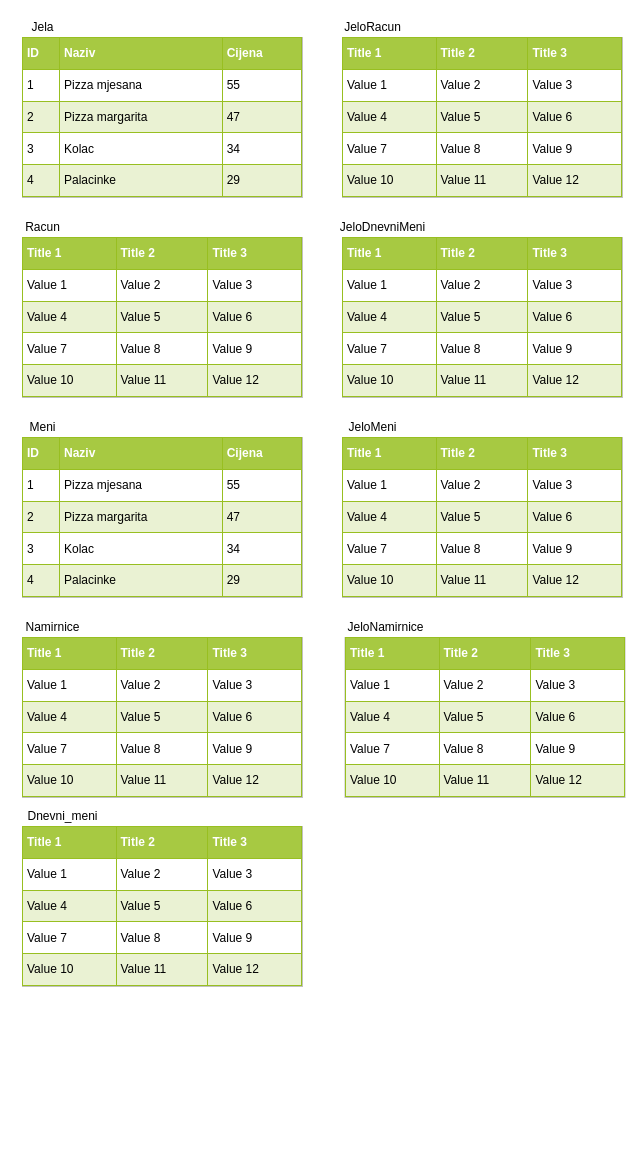
This is normalizacija.drawio from 42-6f-17e-6f-20-44-75-72-64-6f-76/bazePodataka, a draw.io file, before an edit. Source tidied: cells renumbered, new cells numbered last; positions are measured from the earlier drawing's top-left corner, leaving out a move shared by most shapes. Both pictures are drawn from the tidied source at 100%, with x=0, y=0 at pixel (17, 17).
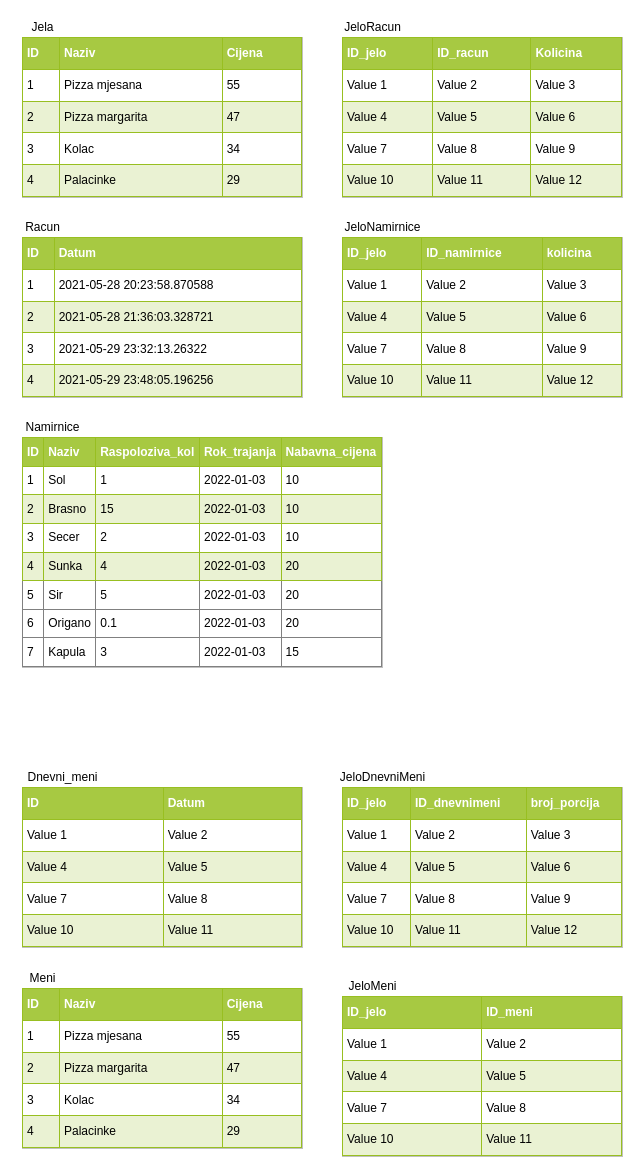
Above is the later version.

Diff of the diagram source:
```diff
@@
 <mxGraphModel>
   <root>
     <mxCell id="0" />
     <mxCell id="1" parent="0" />
     <mxCell id="2" value="&lt;table border=&quot;1&quot; width=&quot;100%&quot; cellpadding=&quot;4&quot; style=&quot;width: 100% ; height: 100% ; border-collapse: collapse&quot;&gt;&lt;tbody&gt;&lt;tr style=&quot;background-color: #a7c942 ; color: #ffffff ; border: 1px solid #98bf21&quot;&gt;&lt;th align=&quot;left&quot;&gt;ID&lt;/th&gt;&lt;th align=&quot;left&quot;&gt;Naziv&lt;/th&gt;&lt;th align=&quot;left&quot;&gt;Cijena&lt;/th&gt;&lt;/tr&gt;&lt;tr style=&quot;border: 1px solid #98bf21&quot;&gt;&lt;td&gt;1&lt;/td&gt;&lt;td&gt;Pizza mjesana&lt;/td&gt;&lt;td&gt;55&lt;/td&gt;&lt;/tr&gt;&lt;tr style=&quot;background-color: #eaf2d3 ; border: 1px solid #98bf21&quot;&gt;&lt;td&gt;2&lt;/td&gt;&lt;td&gt;Pizza margarita&lt;/td&gt;&lt;td&gt;47&lt;/td&gt;&lt;/tr&gt;&lt;tr style=&quot;border: 1px solid #98bf21&quot;&gt;&lt;td&gt;3&lt;/td&gt;&lt;td&gt;Kolac&lt;/td&gt;&lt;td&gt;34&lt;/td&gt;&lt;/tr&gt;&lt;tr style=&quot;background-color: #eaf2d3 ; border: 1px solid #98bf21&quot;&gt;&lt;td&gt;4&lt;/td&gt;&lt;td&gt;Palacinke&lt;/td&gt;&lt;td&gt;29&lt;/td&gt;&lt;/tr&gt;&lt;/tbody&gt;&lt;/table&gt;" style="text;html=1;strokeColor=#c0c0c0;fillColor=#ffffff;overflow=fill;rounded=0;" parent="1" vertex="1">
       <mxGeometry x="5" y="20" width="280" height="160" as="geometry" />
     </mxCell>
-    <mxCell id="3" value="&lt;table border=&quot;1&quot; width=&quot;100%&quot; height=&quot;100%&quot; cellpadding=&quot;4&quot; style=&quot;width:100%;height:100%;border-collapse:collapse;&quot;&gt;&lt;tr style=&quot;background-color:#A7C942;color:#ffffff;border:1px solid #98bf21;&quot;&gt;&lt;th align=&quot;left&quot;&gt;Title 1&lt;/th&gt;&lt;th align=&quot;left&quot;&gt;Title 2&lt;/th&gt;&lt;th align=&quot;left&quot;&gt;Title 3&lt;/th&gt;&lt;/tr&gt;&lt;tr style=&quot;border:1px solid #98bf21;&quot;&gt;&lt;td&gt;Value 1&lt;/td&gt;&lt;td&gt;Value 2&lt;/td&gt;&lt;td&gt;Value 3&lt;/td&gt;&lt;/tr&gt;&lt;tr style=&quot;background-color:#EAF2D3;border:1px solid #98bf21;&quot;&gt;&lt;td&gt;Value 4&lt;/td&gt;&lt;td&gt;Value 5&lt;/td&gt;&lt;td&gt;Value 6&lt;/td&gt;&lt;/tr&gt;&lt;tr style=&quot;border:1px solid #98bf21;&quot;&gt;&lt;td&gt;Value 7&lt;/td&gt;&lt;td&gt;Value 8&lt;/td&gt;&lt;td&gt;Value 9&lt;/td&gt;&lt;/tr&gt;&lt;tr style=&quot;background-color:#EAF2D3;border:1px solid #98bf21;&quot;&gt;&lt;td&gt;Value 10&lt;/td&gt;&lt;td&gt;Value 11&lt;/td&gt;&lt;td&gt;Value 12&lt;/td&gt;&lt;/tr&gt;&lt;/table&gt;" style="text;html=1;strokeColor=#c0c0c0;fillColor=#ffffff;overflow=fill;rounded=0;" parent="1" vertex="1">
+    <mxCell id="3" value="&lt;table border=&quot;1&quot; width=&quot;100%&quot; cellpadding=&quot;4&quot; style=&quot;width: 100% ; height: 100% ; border-collapse: collapse&quot;&gt;&lt;tbody&gt;&lt;tr style=&quot;background-color: #a7c942 ; color: #ffffff ; border: 1px solid #98bf21&quot;&gt;&lt;th align=&quot;left&quot;&gt;ID&lt;/th&gt;&lt;th align=&quot;left&quot;&gt;Datum&lt;/th&gt;&lt;/tr&gt;&lt;tr style=&quot;border: 1px solid #98bf21&quot;&gt;&lt;td&gt;1&lt;/td&gt;&lt;td&gt;2021-05-28 20:23:58.870588&lt;/td&gt;&lt;/tr&gt;&lt;tr style=&quot;background-color: #eaf2d3 ; border: 1px solid #98bf21&quot;&gt;&lt;td&gt;2&lt;/td&gt;&lt;td&gt;2021-05-28 21:36:03.328721&lt;/td&gt;&lt;/tr&gt;&lt;tr style=&quot;border: 1px solid #98bf21&quot;&gt;&lt;td&gt;3&lt;/td&gt;&lt;td&gt;2021-05-29 23:32:13.26322&lt;/td&gt;&lt;/tr&gt;&lt;tr style=&quot;background-color: #eaf2d3 ; border: 1px solid #98bf21&quot;&gt;&lt;td&gt;4&lt;/td&gt;&lt;td&gt;2021-05-29 23:48:05.196256&lt;/td&gt;&lt;/tr&gt;&lt;/tbody&gt;&lt;/table&gt;" style="text;html=1;strokeColor=#c0c0c0;fillColor=#ffffff;overflow=fill;rounded=0;" parent="1" vertex="1">
       <mxGeometry x="5" y="220" width="280" height="160" as="geometry" />
     </mxCell>
     <mxCell id="4" value="Jela" style="text;html=1;align=center;verticalAlign=middle;strokeColor=none;" parent="1" vertex="1">
       <mxGeometry x="5" width="40" height="20" as="geometry" />
     </mxCell>
     <mxCell id="5" value="Racun" style="text;html=1;align=center;verticalAlign=middle;strokeColor=none;" parent="1" vertex="1">
       <mxGeometry y="200" width="50" height="20" as="geometry" />
     </mxCell>
-    <mxCell id="6" value="&lt;table border=&quot;1&quot; width=&quot;100%&quot; height=&quot;100%&quot; cellpadding=&quot;4&quot; style=&quot;width:100%;height:100%;border-collapse:collapse;&quot;&gt;&lt;tr style=&quot;background-color:#A7C942;color:#ffffff;border:1px solid #98bf21;&quot;&gt;&lt;th align=&quot;left&quot;&gt;Title 1&lt;/th&gt;&lt;th align=&quot;left&quot;&gt;Title 2&lt;/th&gt;&lt;th align=&quot;left&quot;&gt;Title 3&lt;/th&gt;&lt;/tr&gt;&lt;tr style=&quot;border:1px solid #98bf21;&quot;&gt;&lt;td&gt;Value 1&lt;/td&gt;&lt;td&gt;Value 2&lt;/td&gt;&lt;td&gt;Value 3&lt;/td&gt;&lt;/tr&gt;&lt;tr style=&quot;background-color:#EAF2D3;border:1px solid #98bf21;&quot;&gt;&lt;td&gt;Value 4&lt;/td&gt;&lt;td&gt;Value 5&lt;/td&gt;&lt;td&gt;Value 6&lt;/td&gt;&lt;/tr&gt;&lt;tr style=&quot;border:1px solid #98bf21;&quot;&gt;&lt;td&gt;Value 7&lt;/td&gt;&lt;td&gt;Value 8&lt;/td&gt;&lt;td&gt;Value 9&lt;/td&gt;&lt;/tr&gt;&lt;tr style=&quot;background-color:#EAF2D3;border:1px solid #98bf21;&quot;&gt;&lt;td&gt;Value 10&lt;/td&gt;&lt;td&gt;Value 11&lt;/td&gt;&lt;td&gt;Value 12&lt;/td&gt;&lt;/tr&gt;&lt;/table&gt;" style="text;html=1;strokeColor=#c0c0c0;fillColor=#ffffff;overflow=fill;rounded=0;" parent="1" vertex="1">
-      <mxGeometry x="5" y="620" width="280" height="160" as="geometry" />
+    <mxCell id="6" value="&lt;table border=&quot;1&quot; width=&quot;100%&quot; cellpadding=&quot;4&quot; style=&quot;width: 100% ; height: 100% ; border-collapse: collapse&quot;&gt;&lt;tbody&gt;&lt;tr style=&quot;background-color: #a7c942 ; color: #ffffff ; border: 1px solid #98bf21&quot;&gt;&lt;th align=&quot;left&quot;&gt;ID&lt;/th&gt;&lt;th align=&quot;left&quot;&gt;Naziv&lt;/th&gt;&lt;th align=&quot;left&quot;&gt;Raspoloziva_kol&lt;/th&gt;&lt;td&gt;&lt;b&gt;Rok_trajanja&lt;/b&gt;&lt;/td&gt;&lt;td&gt;&lt;b&gt;Nabavna_cijena&lt;/b&gt;&lt;/td&gt;&lt;/tr&gt;&lt;tr style=&quot;border: 1px solid #98bf21&quot;&gt;&lt;td&gt;1&lt;/td&gt;&lt;td&gt;Sol&lt;/td&gt;&lt;td&gt;1&lt;/td&gt;&lt;td&gt;2022-01-03&lt;br&gt;&lt;/td&gt;&lt;td&gt;10&lt;/td&gt;&lt;/tr&gt;&lt;tr style=&quot;background-color: #eaf2d3 ; border: 1px solid #98bf21&quot;&gt;&lt;td&gt;2&lt;/td&gt;&lt;td&gt;Brasno&lt;/td&gt;&lt;td&gt;15&lt;/td&gt;&lt;td&gt;2022-01-03&lt;br&gt;&lt;/td&gt;&lt;td&gt;10&lt;/td&gt;&lt;/tr&gt;&lt;tr style=&quot;border: 1px solid #98bf21&quot;&gt;&lt;td&gt;3&lt;/td&gt;&lt;td&gt;Secer&lt;/td&gt;&lt;td&gt;2&lt;/td&gt;&lt;td&gt;2022-01-03&lt;br&gt;&lt;/td&gt;&lt;td&gt;10&lt;/td&gt;&lt;/tr&gt;&lt;tr style=&quot;background-color: #eaf2d3 ; border: 1px solid #98bf21&quot;&gt;&lt;td&gt;4&lt;/td&gt;&lt;td&gt;Sunka&lt;/td&gt;&lt;td&gt;4&lt;/td&gt;&lt;td&gt;2022-01-03&lt;br&gt;&lt;/td&gt;&lt;td&gt;20&lt;/td&gt;&lt;/tr&gt;&lt;tr&gt;&lt;td&gt;5&lt;/td&gt;&lt;td&gt;Sir&lt;/td&gt;&lt;td&gt;5&lt;/td&gt;&lt;td&gt;2022-01-03&lt;br&gt;&lt;/td&gt;&lt;td&gt;20&lt;/td&gt;&lt;/tr&gt;&lt;tr&gt;&lt;td&gt;6&lt;/td&gt;&lt;td&gt;Origano&lt;br&gt;&lt;/td&gt;&lt;td&gt;0.1&lt;/td&gt;&lt;td&gt;2022-01-03&lt;br&gt;&lt;/td&gt;&lt;td&gt;20&lt;/td&gt;&lt;/tr&gt;&lt;tr&gt;&lt;td&gt;7&lt;/td&gt;&lt;td&gt;Kapula&lt;br&gt;&lt;/td&gt;&lt;td&gt;3&lt;/td&gt;&lt;td&gt;2022-01-03&lt;br&gt;&lt;/td&gt;&lt;td&gt;15&lt;/td&gt;&lt;/tr&gt;&lt;/tbody&gt;&lt;/table&gt;" style="text;html=1;strokeColor=#c0c0c0;fillColor=#ffffff;overflow=fill;rounded=0;" parent="1" vertex="1">
+      <mxGeometry x="5" y="420" width="360" height="230" as="geometry" />
     </mxCell>
     <mxCell id="7" value="Namirnice" style="text;html=1;align=center;verticalAlign=middle;strokeColor=none;" parent="1" vertex="1">
-      <mxGeometry y="600" width="70" height="20" as="geometry" />
+      <mxGeometry y="400" width="70" height="20" as="geometry" />
     </mxCell>
-    <mxCell id="8" value="&lt;table border=&quot;1&quot; width=&quot;100%&quot; height=&quot;100%&quot; cellpadding=&quot;4&quot; style=&quot;width:100%;height:100%;border-collapse:collapse;&quot;&gt;&lt;tr style=&quot;background-color:#A7C942;color:#ffffff;border:1px solid #98bf21;&quot;&gt;&lt;th align=&quot;left&quot;&gt;Title 1&lt;/th&gt;&lt;th align=&quot;left&quot;&gt;Title 2&lt;/th&gt;&lt;th align=&quot;left&quot;&gt;Title 3&lt;/th&gt;&lt;/tr&gt;&lt;tr style=&quot;border:1px solid #98bf21;&quot;&gt;&lt;td&gt;Value 1&lt;/td&gt;&lt;td&gt;Value 2&lt;/td&gt;&lt;td&gt;Value 3&lt;/td&gt;&lt;/tr&gt;&lt;tr style=&quot;background-color:#EAF2D3;border:1px solid #98bf21;&quot;&gt;&lt;td&gt;Value 4&lt;/td&gt;&lt;td&gt;Value 5&lt;/td&gt;&lt;td&gt;Value 6&lt;/td&gt;&lt;/tr&gt;&lt;tr style=&quot;border:1px solid #98bf21;&quot;&gt;&lt;td&gt;Value 7&lt;/td&gt;&lt;td&gt;Value 8&lt;/td&gt;&lt;td&gt;Value 9&lt;/td&gt;&lt;/tr&gt;&lt;tr style=&quot;background-color:#EAF2D3;border:1px solid #98bf21;&quot;&gt;&lt;td&gt;Value 10&lt;/td&gt;&lt;td&gt;Value 11&lt;/td&gt;&lt;td&gt;Value 12&lt;/td&gt;&lt;/tr&gt;&lt;/table&gt;" style="text;html=1;strokeColor=#c0c0c0;fillColor=#ffffff;overflow=fill;rounded=0;" parent="1" vertex="1">
-      <mxGeometry x="5" y="809" width="280" height="160" as="geometry" />
+    <mxCell id="8" value="&lt;table border=&quot;1&quot; width=&quot;100%&quot; cellpadding=&quot;4&quot; style=&quot;width: 100% ; height: 100% ; border-collapse: collapse&quot;&gt;&lt;tbody&gt;&lt;tr style=&quot;background-color: #a7c942 ; color: #ffffff ; border: 1px solid #98bf21&quot;&gt;&lt;th align=&quot;left&quot;&gt;ID&lt;/th&gt;&lt;th align=&quot;left&quot;&gt;Datum&lt;/th&gt;&lt;/tr&gt;&lt;tr style=&quot;border: 1px solid #98bf21&quot;&gt;&lt;td&gt;Value 1&lt;/td&gt;&lt;td&gt;Value 2&lt;/td&gt;&lt;/tr&gt;&lt;tr style=&quot;background-color: #eaf2d3 ; border: 1px solid #98bf21&quot;&gt;&lt;td&gt;Value 4&lt;/td&gt;&lt;td&gt;Value 5&lt;/td&gt;&lt;/tr&gt;&lt;tr style=&quot;border: 1px solid #98bf21&quot;&gt;&lt;td&gt;Value 7&lt;/td&gt;&lt;td&gt;Value 8&lt;/td&gt;&lt;/tr&gt;&lt;tr style=&quot;background-color: #eaf2d3 ; border: 1px solid #98bf21&quot;&gt;&lt;td&gt;Value 10&lt;/td&gt;&lt;td&gt;Value 11&lt;/td&gt;&lt;/tr&gt;&lt;/tbody&gt;&lt;/table&gt;" style="text;html=1;strokeColor=#c0c0c0;fillColor=#ffffff;overflow=fill;rounded=0;" parent="1" vertex="1">
+      <mxGeometry x="5" y="770" width="280" height="160" as="geometry" />
     </mxCell>
     <mxCell id="9" value="Dnevni_meni" style="text;html=1;align=center;verticalAlign=middle;strokeColor=none;" parent="1" vertex="1">
-      <mxGeometry y="789" width="90" height="20" as="geometry" />
+      <mxGeometry y="750" width="90" height="20" as="geometry" />
     </mxCell>
     <mxCell id="10" value="&lt;table border=&quot;1&quot; width=&quot;100%&quot; cellpadding=&quot;4&quot; style=&quot;width: 100% ; height: 100% ; border-collapse: collapse&quot;&gt;&lt;tbody&gt;&lt;tr style=&quot;background-color: #a7c942 ; color: #ffffff ; border: 1px solid #98bf21&quot;&gt;&lt;th align=&quot;left&quot;&gt;ID&lt;/th&gt;&lt;th align=&quot;left&quot;&gt;Naziv&lt;/th&gt;&lt;th align=&quot;left&quot;&gt;Cijena&lt;/th&gt;&lt;/tr&gt;&lt;tr style=&quot;border: 1px solid #98bf21&quot;&gt;&lt;td&gt;1&lt;/td&gt;&lt;td&gt;Pizza mjesana&lt;/td&gt;&lt;td&gt;55&lt;/td&gt;&lt;/tr&gt;&lt;tr style=&quot;background-color: #eaf2d3 ; border: 1px solid #98bf21&quot;&gt;&lt;td&gt;2&lt;/td&gt;&lt;td&gt;Pizza margarita&lt;/td&gt;&lt;td&gt;47&lt;/td&gt;&lt;/tr&gt;&lt;tr style=&quot;border: 1px solid #98bf21&quot;&gt;&lt;td&gt;3&lt;/td&gt;&lt;td&gt;Kolac&lt;/td&gt;&lt;td&gt;34&lt;/td&gt;&lt;/tr&gt;&lt;tr style=&quot;background-color: #eaf2d3 ; border: 1px solid #98bf21&quot;&gt;&lt;td&gt;4&lt;/td&gt;&lt;td&gt;Palacinke&lt;/td&gt;&lt;td&gt;29&lt;/td&gt;&lt;/tr&gt;&lt;/tbody&gt;&lt;/table&gt;" style="text;html=1;strokeColor=#c0c0c0;fillColor=#ffffff;overflow=fill;rounded=0;" parent="1" vertex="1">
-      <mxGeometry x="5" y="420" width="280" height="160" as="geometry" />
+      <mxGeometry x="5" y="971" width="280" height="160" as="geometry" />
     </mxCell>
-    <mxCell id="11" value="&lt;table border=&quot;1&quot; width=&quot;100%&quot; height=&quot;100%&quot; cellpadding=&quot;4&quot; style=&quot;width:100%;height:100%;border-collapse:collapse;&quot;&gt;&lt;tr style=&quot;background-color:#A7C942;color:#ffffff;border:1px solid #98bf21;&quot;&gt;&lt;th align=&quot;left&quot;&gt;Title 1&lt;/th&gt;&lt;th align=&quot;left&quot;&gt;Title 2&lt;/th&gt;&lt;th align=&quot;left&quot;&gt;Title 3&lt;/th&gt;&lt;/tr&gt;&lt;tr style=&quot;border:1px solid #98bf21;&quot;&gt;&lt;td&gt;Value 1&lt;/td&gt;&lt;td&gt;Value 2&lt;/td&gt;&lt;td&gt;Value 3&lt;/td&gt;&lt;/tr&gt;&lt;tr style=&quot;background-color:#EAF2D3;border:1px solid #98bf21;&quot;&gt;&lt;td&gt;Value 4&lt;/td&gt;&lt;td&gt;Value 5&lt;/td&gt;&lt;td&gt;Value 6&lt;/td&gt;&lt;/tr&gt;&lt;tr style=&quot;border:1px solid #98bf21;&quot;&gt;&lt;td&gt;Value 7&lt;/td&gt;&lt;td&gt;Value 8&lt;/td&gt;&lt;td&gt;Value 9&lt;/td&gt;&lt;/tr&gt;&lt;tr style=&quot;background-color:#EAF2D3;border:1px solid #98bf21;&quot;&gt;&lt;td&gt;Value 10&lt;/td&gt;&lt;td&gt;Value 11&lt;/td&gt;&lt;td&gt;Value 12&lt;/td&gt;&lt;/tr&gt;&lt;/table&gt;" style="text;html=1;strokeColor=#c0c0c0;fillColor=#ffffff;overflow=fill;rounded=0;" parent="1" vertex="1">
-      <mxGeometry x="327.5" y="620" width="280" height="160" as="geometry" />
+    <mxCell id="11" value="&lt;table border=&quot;1&quot; width=&quot;100%&quot; cellpadding=&quot;4&quot; style=&quot;width: 100% ; height: 100% ; border-collapse: collapse&quot;&gt;&lt;tbody&gt;&lt;tr style=&quot;background-color: #a7c942 ; color: #ffffff ; border: 1px solid #98bf21&quot;&gt;&lt;th align=&quot;left&quot;&gt;ID_jelo&lt;/th&gt;&lt;th align=&quot;left&quot;&gt;ID_namirnice&lt;/th&gt;&lt;th align=&quot;left&quot;&gt;kolicina&lt;/th&gt;&lt;/tr&gt;&lt;tr style=&quot;border: 1px solid #98bf21&quot;&gt;&lt;td&gt;Value 1&lt;/td&gt;&lt;td&gt;Value 2&lt;/td&gt;&lt;td&gt;Value 3&lt;/td&gt;&lt;/tr&gt;&lt;tr style=&quot;background-color: #eaf2d3 ; border: 1px solid #98bf21&quot;&gt;&lt;td&gt;Value 4&lt;/td&gt;&lt;td&gt;Value 5&lt;/td&gt;&lt;td&gt;Value 6&lt;/td&gt;&lt;/tr&gt;&lt;tr style=&quot;border: 1px solid #98bf21&quot;&gt;&lt;td&gt;Value 7&lt;/td&gt;&lt;td&gt;Value 8&lt;/td&gt;&lt;td&gt;Value 9&lt;/td&gt;&lt;/tr&gt;&lt;tr style=&quot;background-color: #eaf2d3 ; border: 1px solid #98bf21&quot;&gt;&lt;td&gt;Value 10&lt;/td&gt;&lt;td&gt;Value 11&lt;/td&gt;&lt;td&gt;Value 12&lt;/td&gt;&lt;/tr&gt;&lt;/tbody&gt;&lt;/table&gt;" style="text;html=1;strokeColor=#c0c0c0;fillColor=#ffffff;overflow=fill;rounded=0;" parent="1" vertex="1">
+      <mxGeometry x="325" y="220" width="280" height="160" as="geometry" />
     </mxCell>
     <mxCell id="12" value="Meni" style="text;html=1;align=center;verticalAlign=middle;strokeColor=none;" parent="1" vertex="1">
-      <mxGeometry x="5" y="400" width="40" height="20" as="geometry" />
+      <mxGeometry x="5" y="951" width="40" height="20" as="geometry" />
     </mxCell>
     <mxCell id="13" value="JeloNamirnice" style="text;html=1;align=center;verticalAlign=middle;strokeColor=none;" parent="1" vertex="1">
-      <mxGeometry x="322.5" y="600" width="90" height="20" as="geometry" />
+      <mxGeometry x="320" y="200" width="90" height="20" as="geometry" />
     </mxCell>
-    <mxCell id="14" value="&lt;table border=&quot;1&quot; width=&quot;100%&quot; height=&quot;100%&quot; cellpadding=&quot;4&quot; style=&quot;width:100%;height:100%;border-collapse:collapse;&quot;&gt;&lt;tr style=&quot;background-color:#A7C942;color:#ffffff;border:1px solid #98bf21;&quot;&gt;&lt;th align=&quot;left&quot;&gt;Title 1&lt;/th&gt;&lt;th align=&quot;left&quot;&gt;Title 2&lt;/th&gt;&lt;th align=&quot;left&quot;&gt;Title 3&lt;/th&gt;&lt;/tr&gt;&lt;tr style=&quot;border:1px solid #98bf21;&quot;&gt;&lt;td&gt;Value 1&lt;/td&gt;&lt;td&gt;Value 2&lt;/td&gt;&lt;td&gt;Value 3&lt;/td&gt;&lt;/tr&gt;&lt;tr style=&quot;background-color:#EAF2D3;border:1px solid #98bf21;&quot;&gt;&lt;td&gt;Value 4&lt;/td&gt;&lt;td&gt;Value 5&lt;/td&gt;&lt;td&gt;Value 6&lt;/td&gt;&lt;/tr&gt;&lt;tr style=&quot;border:1px solid #98bf21;&quot;&gt;&lt;td&gt;Value 7&lt;/td&gt;&lt;td&gt;Value 8&lt;/td&gt;&lt;td&gt;Value 9&lt;/td&gt;&lt;/tr&gt;&lt;tr style=&quot;background-color:#EAF2D3;border:1px solid #98bf21;&quot;&gt;&lt;td&gt;Value 10&lt;/td&gt;&lt;td&gt;Value 11&lt;/td&gt;&lt;td&gt;Value 12&lt;/td&gt;&lt;/tr&gt;&lt;/table&gt;" style="text;html=1;strokeColor=#c0c0c0;fillColor=#ffffff;overflow=fill;rounded=0;" parent="1" vertex="1">
+    <mxCell id="14" value="&lt;table border=&quot;1&quot; width=&quot;100%&quot; cellpadding=&quot;4&quot; style=&quot;width: 100% ; height: 100% ; border-collapse: collapse&quot;&gt;&lt;tbody&gt;&lt;tr style=&quot;background-color: #a7c942 ; color: #ffffff ; border: 1px solid #98bf21&quot;&gt;&lt;th align=&quot;left&quot;&gt;ID_jelo&lt;/th&gt;&lt;th align=&quot;left&quot;&gt;ID_racun&lt;/th&gt;&lt;th align=&quot;left&quot;&gt;Kolicina&lt;/th&gt;&lt;/tr&gt;&lt;tr style=&quot;border: 1px solid #98bf21&quot;&gt;&lt;td&gt;Value 1&lt;/td&gt;&lt;td&gt;Value 2&lt;/td&gt;&lt;td&gt;Value 3&lt;/td&gt;&lt;/tr&gt;&lt;tr style=&quot;background-color: #eaf2d3 ; border: 1px solid #98bf21&quot;&gt;&lt;td&gt;Value 4&lt;/td&gt;&lt;td&gt;Value 5&lt;/td&gt;&lt;td&gt;Value 6&lt;/td&gt;&lt;/tr&gt;&lt;tr style=&quot;border: 1px solid #98bf21&quot;&gt;&lt;td&gt;Value 7&lt;/td&gt;&lt;td&gt;Value 8&lt;/td&gt;&lt;td&gt;Value 9&lt;/td&gt;&lt;/tr&gt;&lt;tr style=&quot;background-color: #eaf2d3 ; border: 1px solid #98bf21&quot;&gt;&lt;td&gt;Value 10&lt;/td&gt;&lt;td&gt;Value 11&lt;/td&gt;&lt;td&gt;Value 12&lt;/td&gt;&lt;/tr&gt;&lt;/tbody&gt;&lt;/table&gt;" style="text;html=1;strokeColor=#c0c0c0;fillColor=#ffffff;overflow=fill;rounded=0;" parent="1" vertex="1">
       <mxGeometry x="325" y="20" width="280" height="160" as="geometry" />
     </mxCell>
     <mxCell id="15" value="JeloRacun" style="text;html=1;align=center;verticalAlign=middle;strokeColor=none;" parent="1" vertex="1">
       <mxGeometry x="320" width="70" height="20" as="geometry" />
     </mxCell>
-    <mxCell id="16" value="&lt;table border=&quot;1&quot; width=&quot;100%&quot; height=&quot;100%&quot; cellpadding=&quot;4&quot; style=&quot;width:100%;height:100%;border-collapse:collapse;&quot;&gt;&lt;tr style=&quot;background-color:#A7C942;color:#ffffff;border:1px solid #98bf21;&quot;&gt;&lt;th align=&quot;left&quot;&gt;Title 1&lt;/th&gt;&lt;th align=&quot;left&quot;&gt;Title 2&lt;/th&gt;&lt;th align=&quot;left&quot;&gt;Title 3&lt;/th&gt;&lt;/tr&gt;&lt;tr style=&quot;border:1px solid #98bf21;&quot;&gt;&lt;td&gt;Value 1&lt;/td&gt;&lt;td&gt;Value 2&lt;/td&gt;&lt;td&gt;Value 3&lt;/td&gt;&lt;/tr&gt;&lt;tr style=&quot;background-color:#EAF2D3;border:1px solid #98bf21;&quot;&gt;&lt;td&gt;Value 4&lt;/td&gt;&lt;td&gt;Value 5&lt;/td&gt;&lt;td&gt;Value 6&lt;/td&gt;&lt;/tr&gt;&lt;tr style=&quot;border:1px solid #98bf21;&quot;&gt;&lt;td&gt;Value 7&lt;/td&gt;&lt;td&gt;Value 8&lt;/td&gt;&lt;td&gt;Value 9&lt;/td&gt;&lt;/tr&gt;&lt;tr style=&quot;background-color:#EAF2D3;border:1px solid #98bf21;&quot;&gt;&lt;td&gt;Value 10&lt;/td&gt;&lt;td&gt;Value 11&lt;/td&gt;&lt;td&gt;Value 12&lt;/td&gt;&lt;/tr&gt;&lt;/table&gt;" style="text;html=1;strokeColor=#c0c0c0;fillColor=#ffffff;overflow=fill;rounded=0;" parent="1" vertex="1">
-      <mxGeometry x="325" y="220" width="280" height="160" as="geometry" />
+    <mxCell id="16" value="&lt;table border=&quot;1&quot; width=&quot;100%&quot; cellpadding=&quot;4&quot; style=&quot;width: 100% ; height: 100% ; border-collapse: collapse&quot;&gt;&lt;tbody&gt;&lt;tr style=&quot;background-color: #a7c942 ; color: #ffffff ; border: 1px solid #98bf21&quot;&gt;&lt;th align=&quot;left&quot;&gt;ID_jelo&lt;/th&gt;&lt;th align=&quot;left&quot;&gt;ID_dnevnimeni&lt;/th&gt;&lt;th align=&quot;left&quot;&gt;broj_porcija&lt;/th&gt;&lt;/tr&gt;&lt;tr style=&quot;border: 1px solid #98bf21&quot;&gt;&lt;td&gt;Value 1&lt;/td&gt;&lt;td&gt;Value 2&lt;/td&gt;&lt;td&gt;Value 3&lt;/td&gt;&lt;/tr&gt;&lt;tr style=&quot;background-color: #eaf2d3 ; border: 1px solid #98bf21&quot;&gt;&lt;td&gt;Value 4&lt;/td&gt;&lt;td&gt;Value 5&lt;/td&gt;&lt;td&gt;Value 6&lt;/td&gt;&lt;/tr&gt;&lt;tr style=&quot;border: 1px solid #98bf21&quot;&gt;&lt;td&gt;Value 7&lt;/td&gt;&lt;td&gt;Value 8&lt;/td&gt;&lt;td&gt;Value 9&lt;/td&gt;&lt;/tr&gt;&lt;tr style=&quot;background-color: #eaf2d3 ; border: 1px solid #98bf21&quot;&gt;&lt;td&gt;Value 10&lt;/td&gt;&lt;td&gt;Value 11&lt;/td&gt;&lt;td&gt;Value 12&lt;/td&gt;&lt;/tr&gt;&lt;/tbody&gt;&lt;/table&gt;" style="text;html=1;strokeColor=#c0c0c0;fillColor=#ffffff;overflow=fill;rounded=0;" parent="1" vertex="1">
+      <mxGeometry x="325" y="770" width="280" height="160" as="geometry" />
     </mxCell>
     <mxCell id="17" value="JeloDnevniMeni" style="text;html=1;align=center;verticalAlign=middle;strokeColor=none;" parent="1" vertex="1">
-      <mxGeometry x="315" y="200" width="100" height="20" as="geometry" />
+      <mxGeometry x="315" y="750" width="100" height="20" as="geometry" />
     </mxCell>
-    <mxCell id="18" value="&lt;table border=&quot;1&quot; width=&quot;100%&quot; height=&quot;100%&quot; cellpadding=&quot;4&quot; style=&quot;width:100%;height:100%;border-collapse:collapse;&quot;&gt;&lt;tr style=&quot;background-color:#A7C942;color:#ffffff;border:1px solid #98bf21;&quot;&gt;&lt;th align=&quot;left&quot;&gt;Title 1&lt;/th&gt;&lt;th align=&quot;left&quot;&gt;Title 2&lt;/th&gt;&lt;th align=&quot;left&quot;&gt;Title 3&lt;/th&gt;&lt;/tr&gt;&lt;tr style=&quot;border:1px solid #98bf21;&quot;&gt;&lt;td&gt;Value 1&lt;/td&gt;&lt;td&gt;Value 2&lt;/td&gt;&lt;td&gt;Value 3&lt;/td&gt;&lt;/tr&gt;&lt;tr style=&quot;background-color:#EAF2D3;border:1px solid #98bf21;&quot;&gt;&lt;td&gt;Value 4&lt;/td&gt;&lt;td&gt;Value 5&lt;/td&gt;&lt;td&gt;Value 6&lt;/td&gt;&lt;/tr&gt;&lt;tr style=&quot;border:1px solid #98bf21;&quot;&gt;&lt;td&gt;Value 7&lt;/td&gt;&lt;td&gt;Value 8&lt;/td&gt;&lt;td&gt;Value 9&lt;/td&gt;&lt;/tr&gt;&lt;tr style=&quot;background-color:#EAF2D3;border:1px solid #98bf21;&quot;&gt;&lt;td&gt;Value 10&lt;/td&gt;&lt;td&gt;Value 11&lt;/td&gt;&lt;td&gt;Value 12&lt;/td&gt;&lt;/tr&gt;&lt;/table&gt;" style="text;html=1;strokeColor=#c0c0c0;fillColor=#ffffff;overflow=fill;rounded=0;" parent="1" vertex="1">
-      <mxGeometry x="325" y="420" width="280" height="160" as="geometry" />
+    <mxCell id="18" value="&lt;table border=&quot;1&quot; width=&quot;100%&quot; cellpadding=&quot;4&quot; style=&quot;width: 100% ; height: 100% ; border-collapse: collapse&quot;&gt;&lt;tbody&gt;&lt;tr style=&quot;background-color: #a7c942 ; color: #ffffff ; border: 1px solid #98bf21&quot;&gt;&lt;th align=&quot;left&quot;&gt;ID_jelo&lt;/th&gt;&lt;th align=&quot;left&quot;&gt;ID_meni&lt;/th&gt;&lt;/tr&gt;&lt;tr style=&quot;border: 1px solid #98bf21&quot;&gt;&lt;td&gt;Value 1&lt;/td&gt;&lt;td&gt;Value 2&lt;/td&gt;&lt;/tr&gt;&lt;tr style=&quot;background-color: #eaf2d3 ; border: 1px solid #98bf21&quot;&gt;&lt;td&gt;Value 4&lt;/td&gt;&lt;td&gt;Value 5&lt;/td&gt;&lt;/tr&gt;&lt;tr style=&quot;border: 1px solid #98bf21&quot;&gt;&lt;td&gt;Value 7&lt;/td&gt;&lt;td&gt;Value 8&lt;/td&gt;&lt;/tr&gt;&lt;tr style=&quot;background-color: #eaf2d3 ; border: 1px solid #98bf21&quot;&gt;&lt;td&gt;Value 10&lt;/td&gt;&lt;td&gt;Value 11&lt;/td&gt;&lt;/tr&gt;&lt;/tbody&gt;&lt;/table&gt;" style="text;html=1;strokeColor=#c0c0c0;fillColor=#ffffff;overflow=fill;rounded=0;" parent="1" vertex="1">
+      <mxGeometry x="325" y="979" width="280" height="160" as="geometry" />
     </mxCell>
     <mxCell id="19" value="JeloMeni" style="text;html=1;align=center;verticalAlign=middle;strokeColor=none;" parent="1" vertex="1">
-      <mxGeometry x="325" y="400" width="60" height="20" as="geometry" />
+      <mxGeometry x="325" y="959" width="60" height="20" as="geometry" />
     </mxCell>
   </root>
 </mxGraphModel>
```
